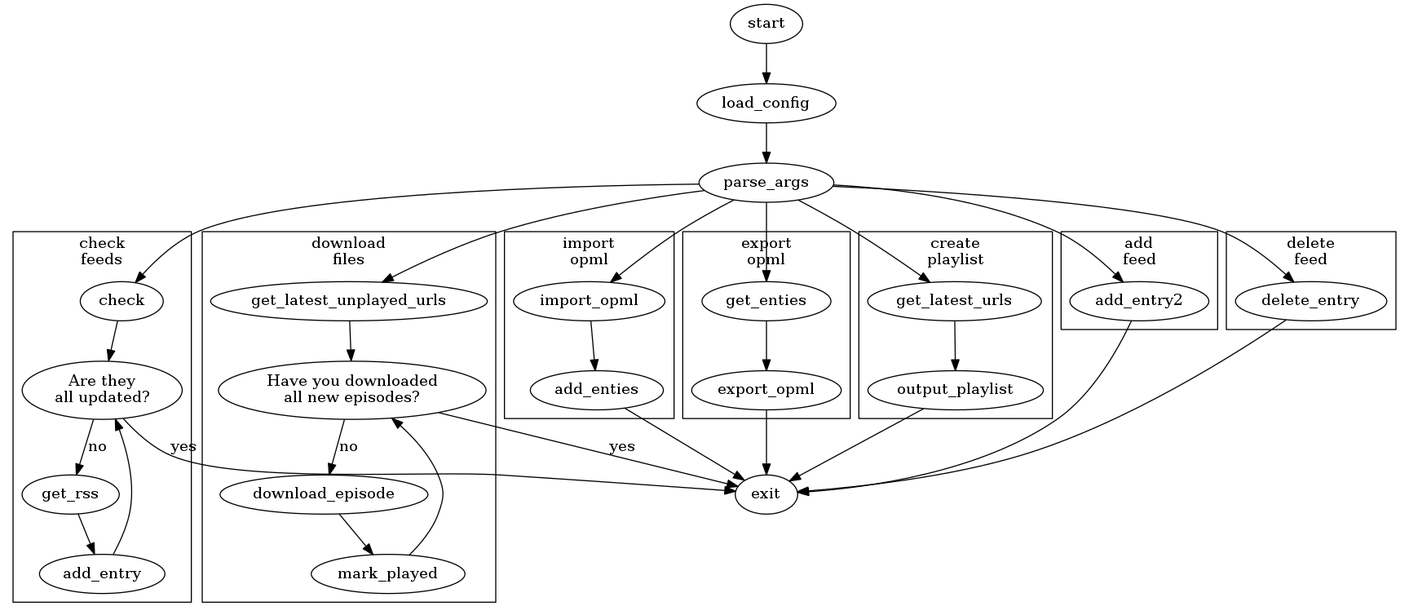
Above: flow.png in andrewc12/laughing-barnacle (Graphviz), before the change. Its source is kept beside it as flow.dot.
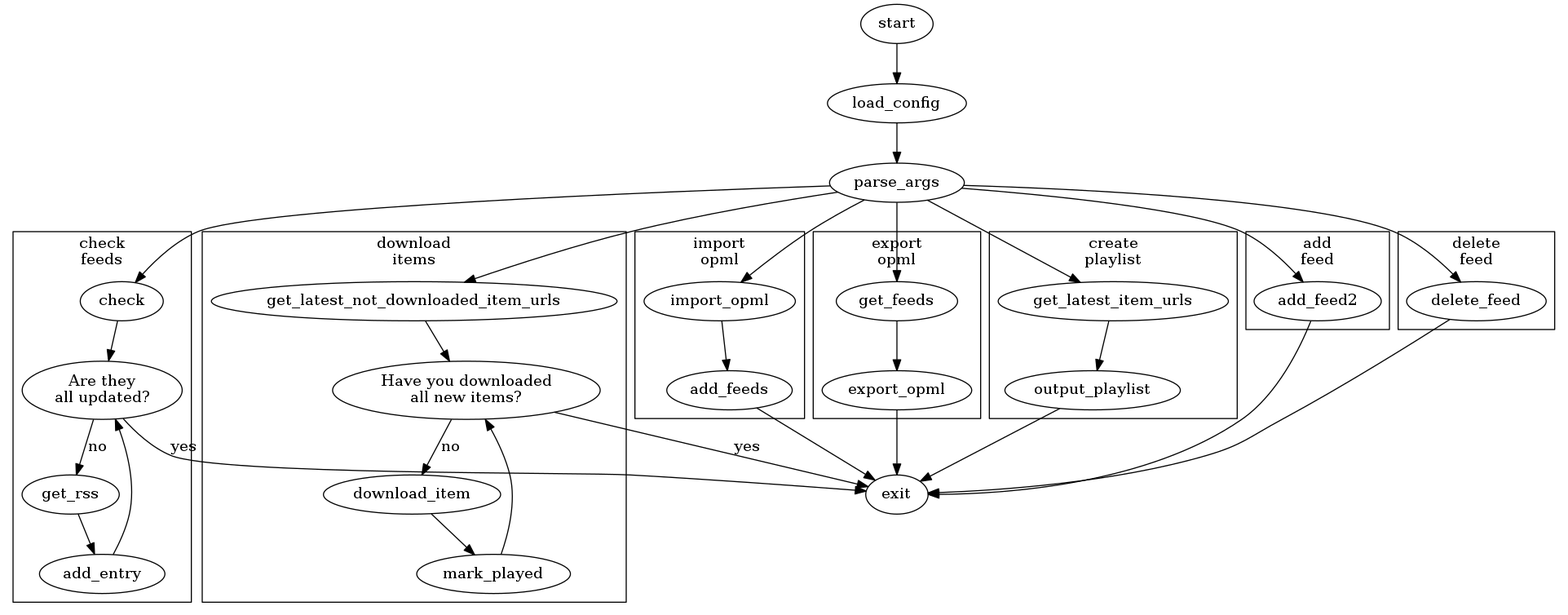
Later version of the same file.

Diff of the diagram source:
```diff
@@ -4,13 +4,13 @@
 
 
 parse_args -> check;
-parse_args -> get_latest_unplayed_urls;
-parse_args -> get_latest_urls;
+parse_args -> get_latest_not_downloaded_item_urls;
+parse_args -> get_latest_item_urls;
 parse_args -> import_opml;
-parse_args -> get_enties;
+parse_args -> get_feeds;
 
-parse_args -> add_entry2;
-parse_args -> delete_entry;
+parse_args -> add_feed2;
+parse_args -> delete_feed;
 
 subgraph cluster_0 {
 
@@ -26,37 +26,37 @@
 
 
 subgraph cluster_1 {
-    get_latest_unplayed_urls -> loop;
-    loop -> download_episode[label="no"];
-    download_episode -> mark_played;
+    get_latest_not_downloaded_item_urls -> loop;
+    loop -> download_item[label="no"];
+    download_item -> mark_played;
     mark_played -> loop;
 
-    loop[label="Have you downloaded\nall new episodes?"]
-    label = "download\nfiles";
+    loop[label="Have you downloaded\nall new items?"]
+    label = "download\nitems";
 }
 
 subgraph cluster_2 {
-import_opml -> add_enties;
+import_opml -> add_feeds;
 label = "import\nopml";
 }
 
 subgraph cluster_3 {
-get_enties -> export_opml;
+get_feeds -> export_opml;
 label = "export\nopml";
 }
 
 subgraph cluster_4 {
-get_latest_urls -> output_playlist;
+get_latest_item_urls -> output_playlist;
 label = "create\nplaylist";
 }
 
 subgraph cluster_5 {
-add_entry2;
+add_feed2;
 label = "add\nfeed";
 }
 
 subgraph cluster_6 {
-delete_entry;
+delete_feed;
 label = "delete\nfeed";
 }
 
@@ -66,9 +66,9 @@
 output_playlist -> exit;
 allupdated -> exit[label="yes"];
 
-add_enties -> exit;
+add_feeds -> exit;
 export_opml -> exit;
 
-add_entry2 -> exit;
-delete_entry -> exit;
+add_feed2 -> exit;
+delete_feed -> exit;
 }
```
